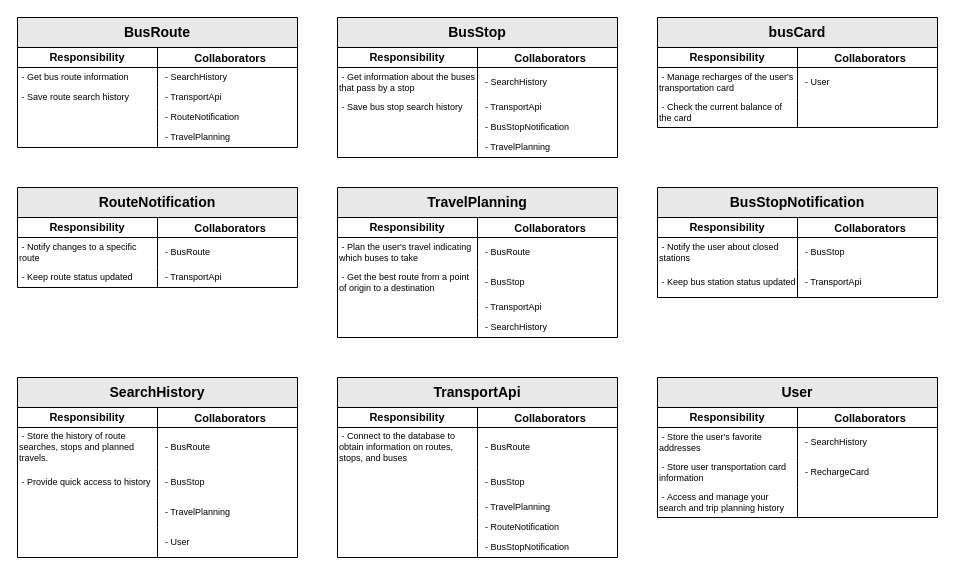
ProyectoFinalSoftwareModeling/SmartCommute keeps this draw.io diagram as page "CRC" (1 of 3) of diagrams.drawio. Above is the earlier version. Source tidied: cells renumbered, new cells numbered last; positions are measured from the earlier drawing's top-left corner, leaving out a move shared by most shapes. Both pictures are drawn from the tidied source at 100%, with x=0, y=0 at pixel (17, 17).
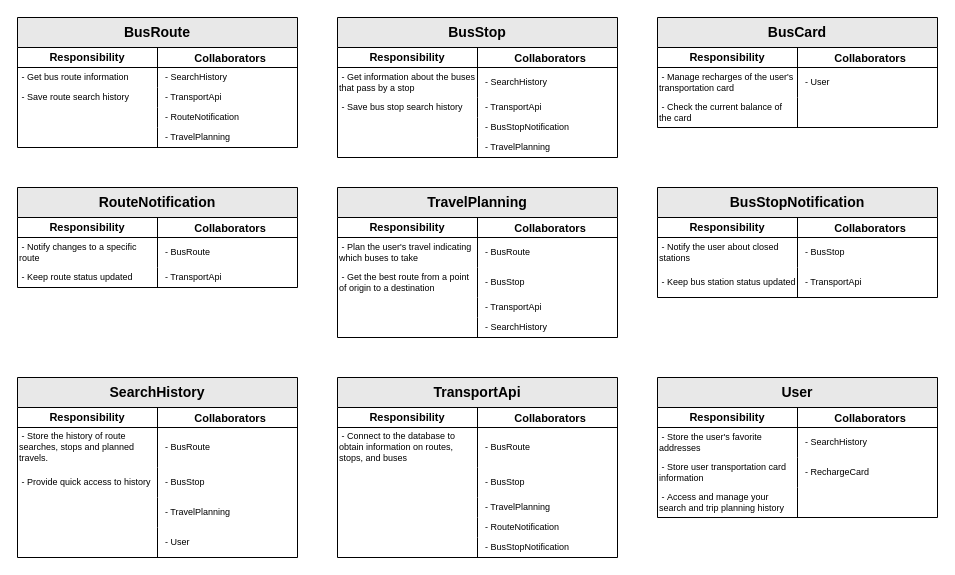
After the change.

The edit, as a diff of the source:
```diff
@@
-    <mxCell id="95" value="&lt;span style=&quot;text-wrap: nowrap;&quot;&gt;&lt;font style=&quot;font-size: 14px;&quot;&gt;busCard&lt;/font&gt;&lt;/span&gt;" style="shape=table;startSize=30;childLayout=tableLayout;rowLines=0;fontStyle=1;align=center;html=1;whiteSpace=wrap;swimlaneLine=1;rounded=0;shadow=0;gradientColor=none;fillStyle=auto;fillColor=#E8E8E8;" parent="1" vertex="1">
+    <mxCell id="95" value="&lt;span style=&quot;text-wrap: nowrap;&quot;&gt;&lt;font style=&quot;font-size: 14px;&quot;&gt;BusCard&lt;/font&gt;&lt;/span&gt;" style="shape=table;startSize=30;childLayout=tableLayout;rowLines=0;fontStyle=1;align=center;html=1;whiteSpace=wrap;swimlaneLine=1;rounded=0;shadow=0;gradientColor=none;fillStyle=auto;fillColor=#E8E8E8;" parent="1" vertex="1">
       <mxGeometry x="640" width="280" height="110" as="geometry" />
     </mxCell>
```
